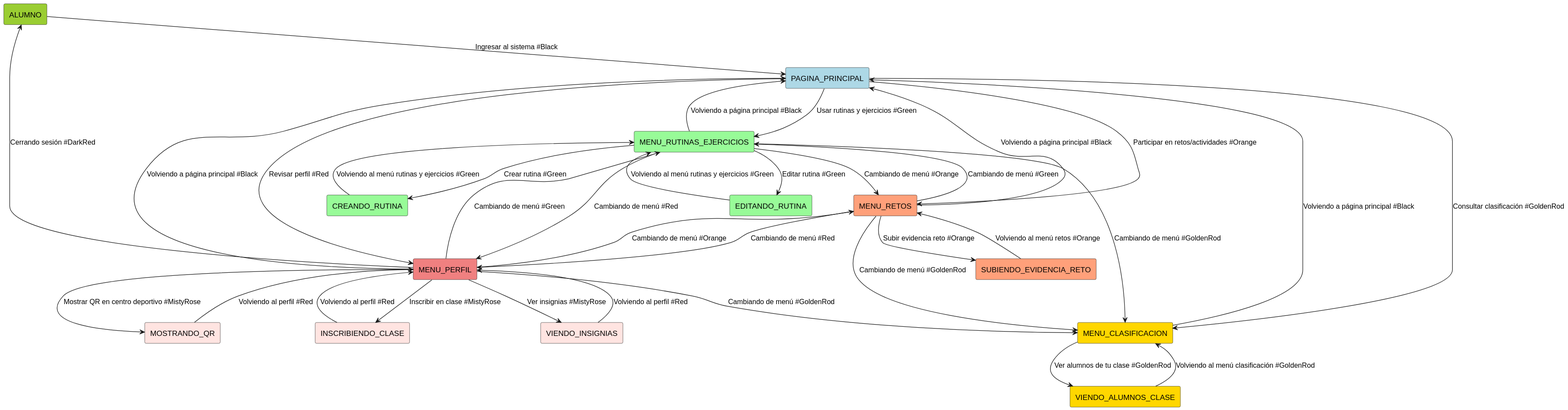
The PlantUML diagram Documentos/Imagenes/DiagramasContexto/AlumnoContexto.svg in mmasias/24-25-IdSw1-SDR, before a commit. Its diagram source:
```plantuml
@startuml
!define RECTANGLE(x) rectangle x

RECTANGLE(ALUMNO) #YellowGreen
RECTANGLE(PAGINA_PRINCIPAL) #LightBlue

RECTANGLE(MENU_RUTINAS_EJERCICIOS) #PaleGreen
RECTANGLE(MENU_RETOS) #LightSalmon
RECTANGLE(MENU_CLASIFICACION) #Gold
RECTANGLE(MENU_PERFIL) #LightCoral

RECTANGLE(CREANDO_RUTINA) #PaleGreen
RECTANGLE(EDITANDO_RUTINA) #PaleGreen
RECTANGLE(SUBIENDO_EVIDENCIA_RETO) #LightSalmon
RECTANGLE(VIENDO_ALUMNOS_CLASE) #Gold
RECTANGLE(VIENDO_INSIGNIAS) #MistyRose
RECTANGLE(INSCRIBIENDO_CLASE) #MistyRose
RECTANGLE(MOSTRANDO_QR) #MistyRose

ALUMNO --> PAGINA_PRINCIPAL : Ingresar al sistema #Black

PAGINA_PRINCIPAL --> MENU_RUTINAS_EJERCICIOS : Usar rutinas y ejercicios #Green
PAGINA_PRINCIPAL --> MENU_RETOS : Participar en retos/actividades #Orange
PAGINA_PRINCIPAL --> MENU_CLASIFICACION : Consultar clasificación #GoldenRod
PAGINA_PRINCIPAL --> MENU_PERFIL : Revisar perfil #Red

MENU_RUTINAS_EJERCICIOS --> CREANDO_RUTINA : Crear rutina #Green
MENU_RUTINAS_EJERCICIOS --> EDITANDO_RUTINA : Editar rutina #Green
CREANDO_RUTINA --> MENU_RUTINAS_EJERCICIOS : Volviendo al menú rutinas y ejercicios #Green
EDITANDO_RUTINA --> MENU_RUTINAS_EJERCICIOS : Volviendo al menú rutinas y ejercicios #Green
MENU_RUTINAS_EJERCICIOS --> MENU_RETOS : Cambiando de menú #Orange
MENU_RUTINAS_EJERCICIOS --> MENU_CLASIFICACION : Cambiando de menú #GoldenRod
MENU_RUTINAS_EJERCICIOS --> MENU_PERFIL : Cambiando de menú #Red

MENU_RETOS --> SUBIENDO_EVIDENCIA_RETO : Subir evidencia reto #Orange
SUBIENDO_EVIDENCIA_RETO --> MENU_RETOS : Volviendo al menú retos #Orange
MENU_RETOS --> MENU_PERFIL : Cambiando de menú #Red
MENU_RETOS --> MENU_CLASIFICACION : Cambiando de menú #GoldenRod
MENU_RETOS --> MENU_RUTINAS_EJERCICIOS : Cambiando de menú #Green

MENU_CLASIFICACION --> VIENDO_ALUMNOS_CLASE : Ver alumnos de tu clase #GoldenRod
VIENDO_ALUMNOS_CLASE --> MENU_CLASIFICACION : Volviendo al menú clasificación #GoldenRod

MENU_PERFIL --> VIENDO_INSIGNIAS : Ver insignias #MistyRose
MENU_PERFIL --> INSCRIBIENDO_CLASE : Inscribir en clase #MistyRose
MENU_PERFIL --> MOSTRANDO_QR : Mostrar QR en centro deportivo #MistyRose
MENU_PERFIL --> ALUMNO : Cerrando sesión #DarkRed
MENU_PERFIL --> MENU_RETOS : Cambiando de menú #Orange
MENU_PERFIL --> MENU_CLASIFICACION : Cambiando de menú #GoldenRod
MENU_PERFIL --> MENU_RUTINAS_EJERCICIOS : Cambiando de menú #Green

VIENDO_INSIGNIAS --> MENU_PERFIL : Volviendo al perfil #Red
INSCRIBIENDO_CLASE --> MENU_PERFIL : Volviendo al perfil #Red
MOSTRANDO_QR --> MENU_PERFIL : Volviendo al perfil #Red

MENU_RUTINAS_EJERCICIOS --> PAGINA_PRINCIPAL : Volviendo a página principal #Black
MENU_RETOS --> PAGINA_PRINCIPAL : Volviendo a página principal #Black
MENU_CLASIFICACION --> PAGINA_PRINCIPAL : Volviendo a página principal #Black
MENU_PERFIL --> PAGINA_PRINCIPAL : Volviendo a página principal #Black
@enduml
```
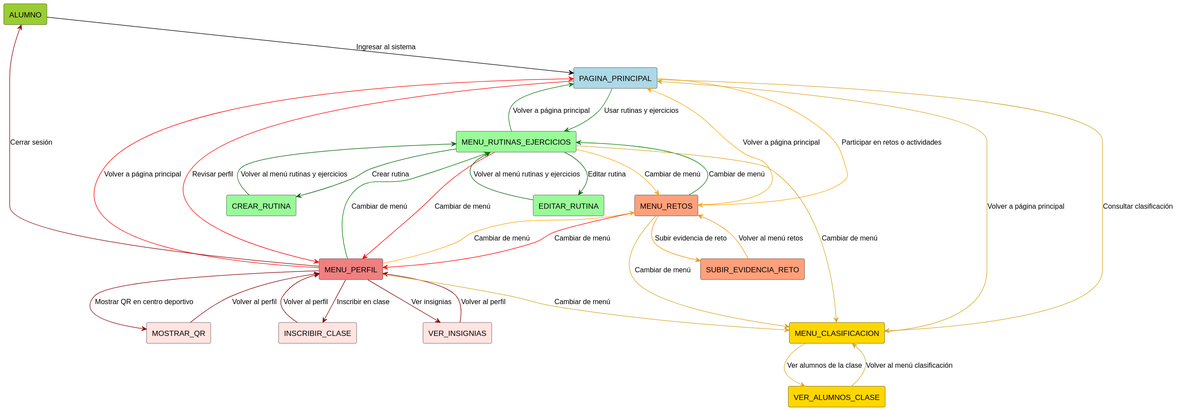
Above is the later version.

Diff of the diagram source:
```diff
@@ -1,60 +1,63 @@
 @startuml
-!define RECTANGLE(x) rectangle x
+!define RECTANGLE(x, color) rectangle x #color
 
-RECTANGLE(ALUMNO) #YellowGreen
-RECTANGLE(PAGINA_PRINCIPAL) #LightBlue
+RECTANGLE(ALUMNO, YellowGreen)
+RECTANGLE(PAGINA_PRINCIPAL, LightBlue)
 
-RECTANGLE(MENU_RUTINAS_EJERCICIOS) #PaleGreen
-RECTANGLE(MENU_RETOS) #LightSalmon
-RECTANGLE(MENU_CLASIFICACION) #Gold
-RECTANGLE(MENU_PERFIL) #LightCoral
+RECTANGLE(MENU_RUTINAS_EJERCICIOS, PaleGreen)
+RECTANGLE(MENU_RETOS, LightSalmon)
+RECTANGLE(MENU_CLASIFICACION, Gold)
+RECTANGLE(MENU_PERFIL, LightCoral)
 
-RECTANGLE(CREANDO_RUTINA) #PaleGreen
-RECTANGLE(EDITANDO_RUTINA) #PaleGreen
-RECTANGLE(SUBIENDO_EVIDENCIA_RETO) #LightSalmon
-RECTANGLE(VIENDO_ALUMNOS_CLASE) #Gold
-RECTANGLE(VIENDO_INSIGNIAS) #MistyRose
-RECTANGLE(INSCRIBIENDO_CLASE) #MistyRose
-RECTANGLE(MOSTRANDO_QR) #MistyRose
+RECTANGLE(VER_INSIGNIAS, MistyRose)
+RECTANGLE(INSCRIBIR_CLASE, MistyRose)
+RECTANGLE(MOSTRAR_QR, MistyRose)
+RECTANGLE(CREAR_RUTINA, PaleGreen)
+RECTANGLE(EDITAR_RUTINA, PaleGreen)
+RECTANGLE(SUBIR_EVIDENCIA_RETO, LightSalmon)
+RECTANGLE(VER_ALUMNOS_CLASE, Gold)
 
-ALUMNO --> PAGINA_PRINCIPAL : Ingresar al sistema #Black
+ALUMNO -[#Black]-> PAGINA_PRINCIPAL : Ingresar al sistema
 
-PAGINA_PRINCIPAL --> MENU_RUTINAS_EJERCICIOS : Usar rutinas y ejercicios #Green
-PAGINA_PRINCIPAL --> MENU_RETOS : Participar en retos/actividades #Orange
-PAGINA_PRINCIPAL --> MENU_CLASIFICACION : Consultar clasificación #GoldenRod
-PAGINA_PRINCIPAL --> MENU_PERFIL : Revisar perfil #Red
+PAGINA_PRINCIPAL -[#Green]-> MENU_RUTINAS_EJERCICIOS : Usar rutinas y ejercicios
+PAGINA_PRINCIPAL -[#Orange]-> MENU_RETOS : Participar en retos o actividades
+PAGINA_PRINCIPAL -[#GoldenRod]-> MENU_CLASIFICACION : Consultar clasificación
+PAGINA_PRINCIPAL -[#Red]-> MENU_PERFIL : Revisar perfil
 
-MENU_RUTINAS_EJERCICIOS --> CREANDO_RUTINA : Crear rutina #Green
-MENU_RUTINAS_EJERCICIOS --> EDITANDO_RUTINA : Editar rutina #Green
-CREANDO_RUTINA --> MENU_RUTINAS_EJERCICIOS : Volviendo al menú rutinas y ejercicios #Green
-EDITANDO_RUTINA --> MENU_RUTINAS_EJERCICIOS : Volviendo al menú rutinas y ejercicios #Green
-MENU_RUTINAS_EJERCICIOS --> MENU_RETOS : Cambiando de menú #Orange
-MENU_RUTINAS_EJERCICIOS --> MENU_CLASIFICACION : Cambiando de menú #GoldenRod
-MENU_RUTINAS_EJERCICIOS --> MENU_PERFIL : Cambiando de menú #Red
+MENU_RUTINAS_EJERCICIOS -[#DarkGreen]-> CREAR_RUTINA : Crear rutina
+MENU_RUTINAS_EJERCICIOS -[#DarkGreen]-> EDITAR_RUTINA : Editar rutina
+CREAR_RUTINA -[#DarkGreen]-> MENU_RUTINAS_EJERCICIOS : Volver al menú rutinas y ejercicios
+EDITAR_RUTINA -[#DarkGreen]-> MENU_RUTINAS_EJERCICIOS : Volver al menú rutinas y ejercicios
 
-MENU_RETOS --> SUBIENDO_EVIDENCIA_RETO : Subir evidencia reto #Orange
-SUBIENDO_EVIDENCIA_RETO --> MENU_RETOS : Volviendo al menú retos #Orange
-MENU_RETOS --> MENU_PERFIL : Cambiando de menú #Red
-MENU_RETOS --> MENU_CLASIFICACION : Cambiando de menú #GoldenRod
-MENU_RETOS --> MENU_RUTINAS_EJERCICIOS : Cambiando de menú #Green
+MENU_RUTINAS_EJERCICIOS -[#Orange]-> MENU_RETOS : Cambiar de menú
+MENU_RUTINAS_EJERCICIOS -[#GoldenRod]-> MENU_CLASIFICACION : Cambiar de menú
+MENU_RUTINAS_EJERCICIOS -[#Red]-> MENU_PERFIL : Cambiar de menú
 
-MENU_CLASIFICACION --> VIENDO_ALUMNOS_CLASE : Ver alumnos de tu clase #GoldenRod
-VIENDO_ALUMNOS_CLASE --> MENU_CLASIFICACION : Volviendo al menú clasificación #GoldenRod
+MENU_RETOS -[#DarkOrange]-> SUBIR_EVIDENCIA_RETO : Subir evidencia de reto
+SUBIR_EVIDENCIA_RETO -[#DarkOrange]-> MENU_RETOS : Volver al menú retos
 
-MENU_PERFIL --> VIENDO_INSIGNIAS : Ver insignias #MistyRose
-MENU_PERFIL --> INSCRIBIENDO_CLASE : Inscribir en clase #MistyRose
-MENU_PERFIL --> MOSTRANDO_QR : Mostrar QR en centro deportivo #MistyRose
-MENU_PERFIL --> ALUMNO : Cerrando sesión #DarkRed
-MENU_PERFIL --> MENU_RETOS : Cambiando de menú #Orange
-MENU_PERFIL --> MENU_CLASIFICACION : Cambiando de menú #GoldenRod
-MENU_PERFIL --> MENU_RUTINAS_EJERCICIOS : Cambiando de menú #Green
+MENU_RETOS -[#Red]-> MENU_PERFIL : Cambiar de menú
+MENU_RETOS -[#GoldenRod]-> MENU_CLASIFICACION : Cambiar de menú
+MENU_RETOS -[#Green]-> MENU_RUTINAS_EJERCICIOS : Cambiar de menú
 
-VIENDO_INSIGNIAS --> MENU_PERFIL : Volviendo al perfil #Red
-INSCRIBIENDO_CLASE --> MENU_PERFIL : Volviendo al perfil #Red
-MOSTRANDO_QR --> MENU_PERFIL : Volviendo al perfil #Red
+MENU_CLASIFICACION -[#GoldenRod]-> VER_ALUMNOS_CLASE : Ver alumnos de la clase
+VER_ALUMNOS_CLASE -[#GoldenRod]-> MENU_CLASIFICACION : Volver al menú clasificación
 
-MENU_RUTINAS_EJERCICIOS --> PAGINA_PRINCIPAL : Volviendo a página principal #Black
-MENU_RETOS --> PAGINA_PRINCIPAL : Volviendo a página principal #Black
-MENU_CLASIFICACION --> PAGINA_PRINCIPAL : Volviendo a página principal #Black
-MENU_PERFIL --> PAGINA_PRINCIPAL : Volviendo a página principal #Black
+MENU_PERFIL -[#DarkRed]-> VER_INSIGNIAS : Ver insignias
+MENU_PERFIL -[#DarkRed]-> INSCRIBIR_CLASE : Inscribir en clase
+MENU_PERFIL -[#DarkRed]-> MOSTRAR_QR : Mostrar QR en centro deportivo
+MENU_PERFIL -[#DarkRed]-> ALUMNO : Cerrar sesión
+
+MENU_PERFIL -[#Orange]-> MENU_RETOS : Cambiar de menú
+MENU_PERFIL -[#GoldenRod]-> MENU_CLASIFICACION : Cambiar de menú
+MENU_PERFIL -[#Green]-> MENU_RUTINAS_EJERCICIOS : Cambiar de menú
+
+VER_INSIGNIAS -[#DarkRed]-> MENU_PERFIL : Volver al perfil
+INSCRIBIR_CLASE -[#DarkRed]-> MENU_PERFIL : Volver al perfil
+MOSTRAR_QR -[#DarkRed]-> MENU_PERFIL : Volver al perfil
+
+MENU_RUTINAS_EJERCICIOS -[#Green]-> PAGINA_PRINCIPAL : Volver a página principal
+MENU_RETOS -[#Orange]-> PAGINA_PRINCIPAL : Volver a página principal
+MENU_CLASIFICACION -[#GoldenRod]-> PAGINA_PRINCIPAL : Volver a página principal
+MENU_PERFIL -[#Red]-> PAGINA_PRINCIPAL : Volver a página principal
 @enduml
```
